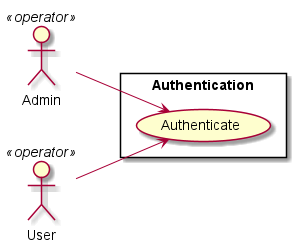
Before: diagrams/render/UseCases/UseCase_Authentication.png, a diagram exported from PlantUML (Xwyk/BileMo).
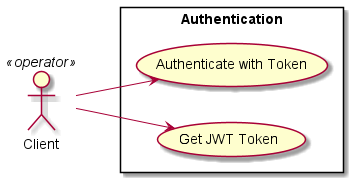
The same file after the commit.

The edit, as a diff of the source:
```diff
@@ -3,14 +3,14 @@
 left to right direction
 
 
-Admin    <<operator>> as admin
-User    <<operator>> as user
+Client    <<operator>> as client
 
 rectangle "Authentication" {
-  (Authenticate) as auth
+  (Authenticate with Token) as auth
+  (Get JWT Token) as getToken
 }
 
-admin --> auth
-user --> auth
+client --> auth
+client --> getToken
 
 @enduml
```
